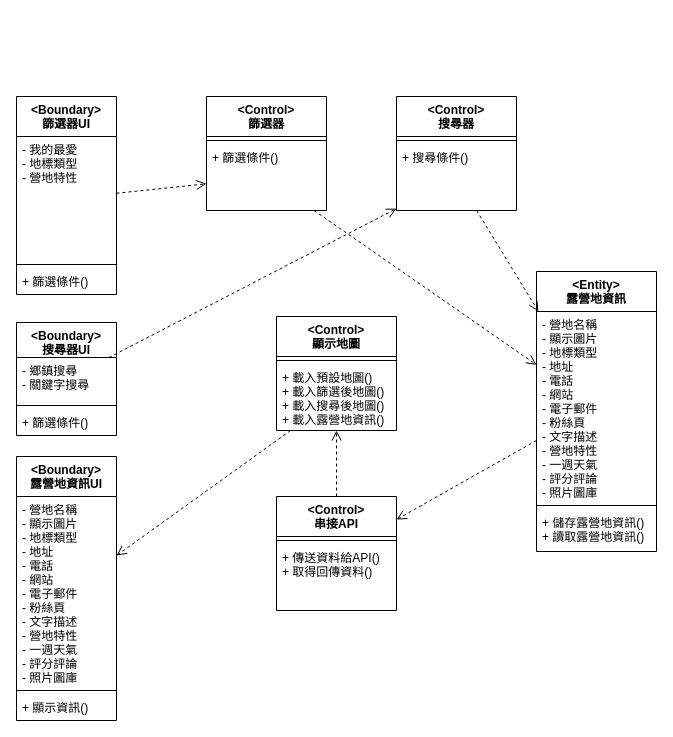
This is page "瀏覽地圖 - 類別圖" (3 of 3) of UI圖.drawio from sanchongdragon/DrawIOTest, a draw.io file, before an edit. Source tidied: cells renumbered, new cells numbered last; positions are measured from the earlier drawing's top-left corner, leaving out a move shared by most shapes. Both pictures are drawn from the tidied source at 100%, with x=0, y=0 at pixel (16, 96).
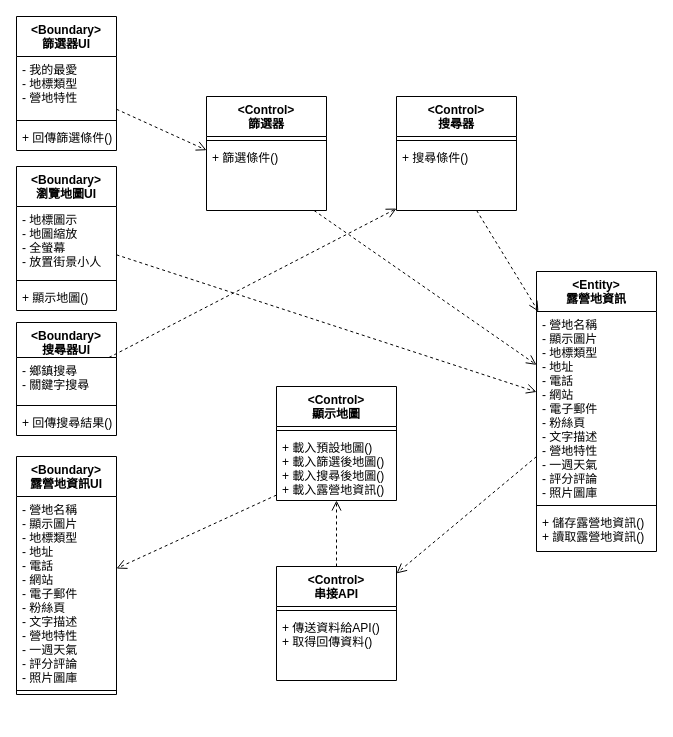
Above is the later version.

The change refers to these unchanged cells:
```xml
<mxCell id="5" value="&lt;Entity&gt;&#10;露營地資訊" style="swimlane;fontStyle=1;align=center;verticalAlign=top;horizontal=1;startSize=40;" parent="1" vertex="1">
  <mxGeometry x="520" y="175" width="120" height="280" as="geometry" />
</mxCell>
<mxCell id="13" value="&lt;Boundary&gt;&#10;搜尋器UI" style="swimlane;fontStyle=1;align=center;verticalAlign=top;horizontal=1;startSize=35;" parent="1" vertex="1">
  <mxGeometry y="226" width="100" height="113" as="geometry" />
</mxCell>
```

The edit, as a diff of the source:
```diff
@@
     <mxCell id="2" value="&lt;Control&gt;&#10;顯示地圖" style="swimlane;fontStyle=1;align=center;verticalAlign=top;horizontal=1;startSize=40;" parent="1" vertex="1">
-      <mxGeometry x="260" y="220" width="120" height="114" as="geometry" />
+      <mxGeometry x="260" y="290" width="120" height="114" as="geometry" />
     </mxCell>
@@
     <mxCell id="9" value="&lt;Boundary&gt;&#10;篩選器UI" style="swimlane;fontStyle=1;align=center;verticalAlign=top;horizontal=1;startSize=40;" parent="1" vertex="1">
-      <mxGeometry width="100" height="198" as="geometry" />
+      <mxGeometry y="-80" width="100" height="134" as="geometry" />
     </mxCell>
     <mxCell id="10" value="- 我的最愛&#10;- 地標類型&#10;- 營地特性" style="text;strokeColor=none;fillColor=none;align=left;verticalAlign=top;spacingLeft=4;spacingRight=4;overflow=hidden;points=[[0,0.5],[1,0.5]];portConstraint=eastwest;" parent="9" vertex="1">
-      <mxGeometry y="40" width="100" height="124" as="geometry" />
+      <mxGeometry y="40" width="100" height="60" as="geometry" />
     </mxCell>
     <mxCell id="11" style="line;strokeWidth=1;fillColor=none;align=left;verticalAlign=middle;spacingTop=-1;spacingLeft=3;spacingRight=3;labelPosition=right;" parent="9" vertex="1">
-      <mxGeometry y="164" width="100" height="8" as="geometry" />
+      <mxGeometry y="100" width="100" height="8" as="geometry" />
     </mxCell>
-    <mxCell id="12" value="+ 篩選條件()" style="text;strokeColor=none;fillColor=none;align=left;verticalAlign=top;spacingLeft=4;spacingRight=4;overflow=hidden;" parent="9" vertex="1">
-      <mxGeometry y="172" width="100" height="26" as="geometry" />
+    <mxCell id="12" value="+ 回傳篩選條件()" style="text;strokeColor=none;fillColor=none;align=left;verticalAlign=top;spacingLeft=4;spacingRight=4;overflow=hidden;" parent="9" vertex="1">
+      <mxGeometry y="108" width="100" height="26" as="geometry" />
     </mxCell>
@@
-    <mxCell id="16" value="+ 篩選條件()" style="text;strokeColor=none;fillColor=none;align=left;verticalAlign=top;spacingLeft=4;spacingRight=4;overflow=hidden;" parent="13" vertex="1">
+    <mxCell id="16" value="+ 回傳搜尋結果()" style="text;strokeColor=none;fillColor=none;align=left;verticalAlign=top;spacingLeft=4;spacingRight=4;overflow=hidden;" parent="13" vertex="1">
       <mxGeometry y="87" width="100" height="26" as="geometry" />
     </mxCell>
@@
     <mxCell id="24" value="&lt;Boundary&gt;&#10;露營地資訊UI" style="swimlane;fontStyle=1;align=center;verticalAlign=top;horizontal=1;startSize=40;" parent="1" vertex="1">
-      <mxGeometry y="360" width="100" height="264" as="geometry" />
+      <mxGeometry y="360" width="100" height="238" as="geometry" />
     </mxCell>
@@
-    <mxCell id="27" value="+ 顯示資訊()" style="text;strokeColor=none;fillColor=none;align=left;verticalAlign=top;spacingLeft=4;spacingRight=4;overflow=hidden;" parent="24" vertex="1">
-      <mxGeometry y="238" width="100" height="26" as="geometry" />
-    </mxCell>
     <mxCell id="28" value="&lt;Control&gt;&#10;串接API" style="swimlane;fontStyle=1;align=center;verticalAlign=top;horizontal=1;startSize=40;" parent="1" vertex="1">
-      <mxGeometry x="260" y="400" width="120" height="114" as="geometry" />
+      <mxGeometry x="260" y="470" width="120" height="114" as="geometry" />
     </mxCell>
@@
+    <mxCell id="37" style="html=1;verticalAlign=bottom;endArrow=open;dashed=1;endSize=8;" parent="1" edge="1" source="38" target="5">
+      <mxGeometry relative="1" as="geometry" />
+    </mxCell>
+    <mxCell id="38" value="&lt;Boundary&gt;&#10;瀏覽地圖UI" style="swimlane;fontStyle=1;align=center;verticalAlign=top;horizontal=1;startSize=40;" parent="1" vertex="1">
+      <mxGeometry y="70" width="100" height="144" as="geometry" />
+    </mxCell>
+    <mxCell id="39" value="- 地標圖示&#10;- 地圖縮放&#10;- 全螢幕&#10;- 放置街景小人" style="text;strokeColor=none;fillColor=none;align=left;verticalAlign=top;spacingLeft=4;spacingRight=4;overflow=hidden;" parent="38" vertex="1">
+      <mxGeometry y="40" width="100" height="70" as="geometry" />
+    </mxCell>
+    <mxCell id="40" style="line;strokeWidth=1;fillColor=none;align=left;verticalAlign=middle;spacingTop=-1;spacingLeft=3;spacingRight=3;labelPosition=right;" parent="38" vertex="1">
+      <mxGeometry y="110" width="100" height="8" as="geometry" />
+    </mxCell>
+    <mxCell id="41" value="+ 顯示地圖()" style="text;strokeColor=none;fillColor=none;align=left;verticalAlign=top;spacingLeft=4;spacingRight=4;overflow=hidden;" parent="38" vertex="1">
+      <mxGeometry y="118" width="100" height="26" as="geometry" />
+    </mxCell>
```
